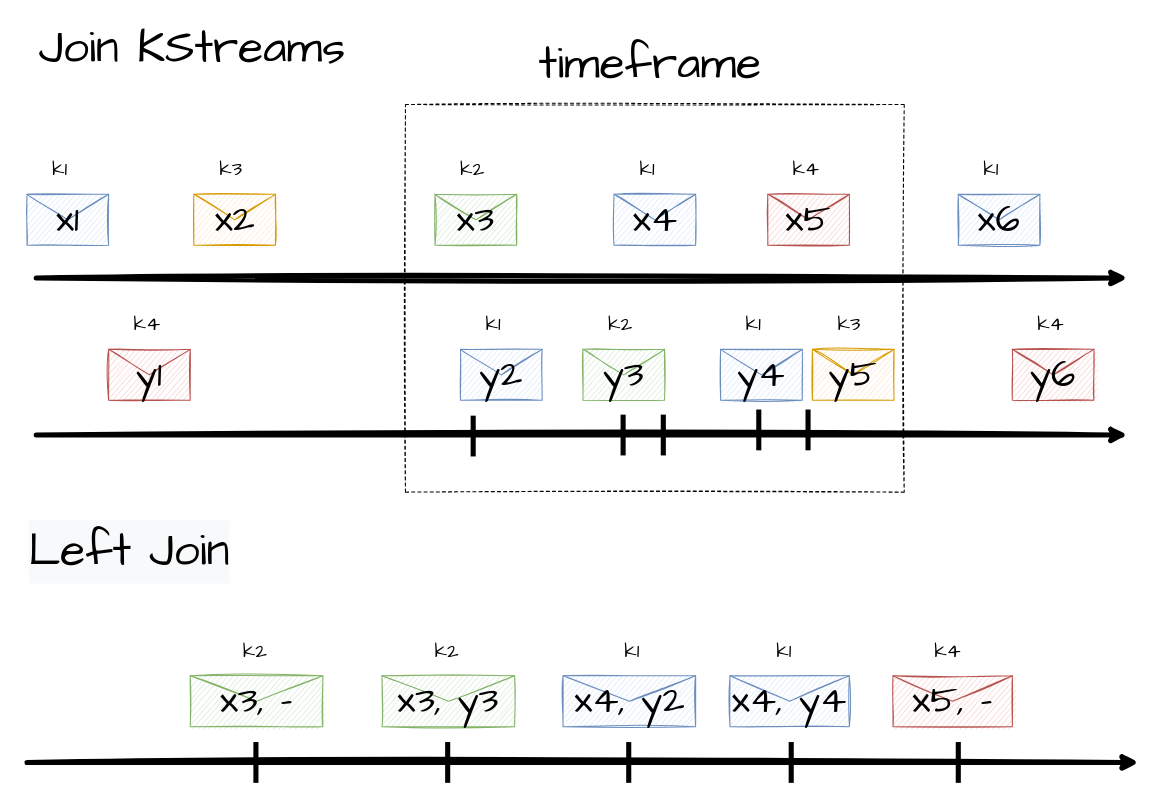
The draw.io diagram page "Page-7" (7 of 15) of Untitled Diagram.drawio in tamani-coding/kafka-streams-tutorial, before the edit. Source tidied: cells renumbered, new cells numbered last; positions are measured from the earlier drawing's top-left corner, leaving out a move shared by most shapes. Both pictures are drawn from the tidied source at 102%, with x=0, y=0 at pixel (27, 38).
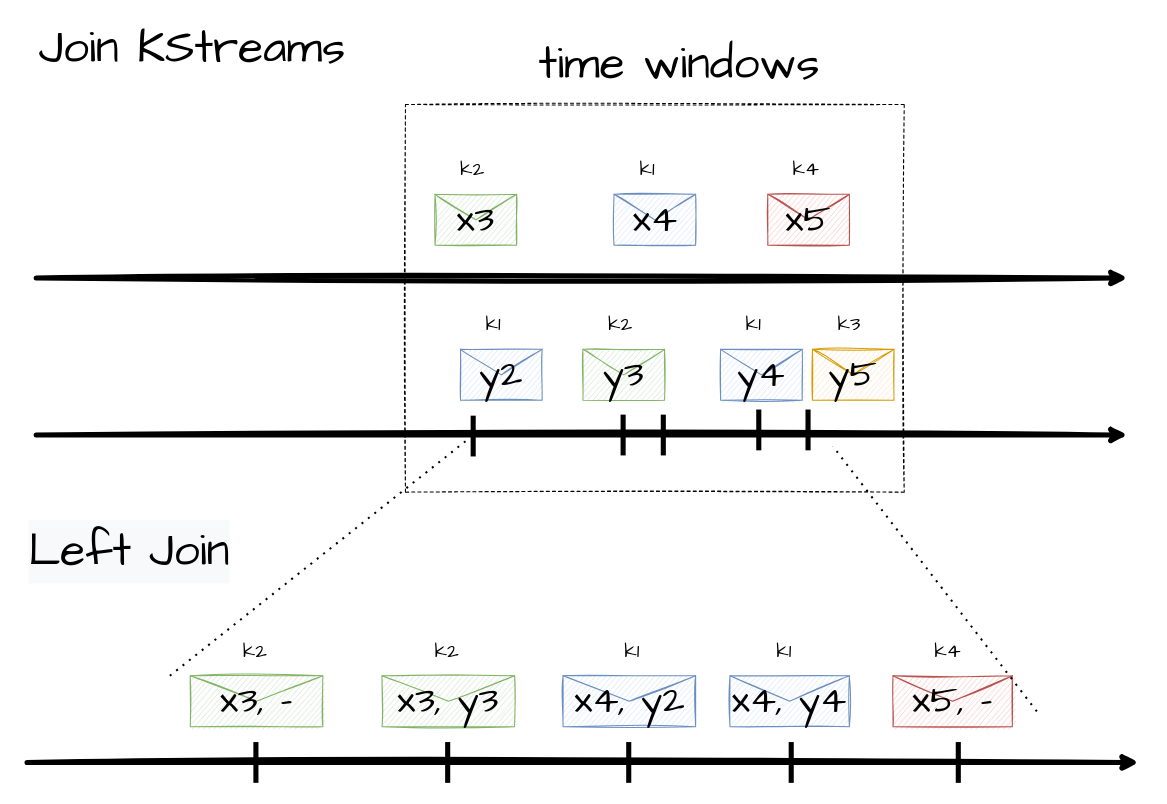
After the change.

Change to the diagram source:
```diff
@@
-    <mxCell id="5" value="&lt;font style=&quot;font-size: 38px&quot; face=&quot;Comic Sans MS&quot;&gt;x1&lt;/font&gt;" style="shape=message;html=1;whiteSpace=wrap;html=1;sketch=1;fillColor=#dae8fc;strokeColor=#6c8ebf;" parent="1" vertex="1">
-      <mxGeometry y="153" width="80" height="50" as="geometry" />
-    </mxCell>
-    <mxCell id="6" value="&lt;font style=&quot;font-size: 20px&quot; face=&quot;Comic Sans MS&quot;&gt;k1&lt;/font&gt;" style="text;html=1;strokeColor=none;fillColor=none;align=left;verticalAlign=middle;whiteSpace=wrap;rounded=0;sketch=1;fontSize=20;" parent="1" vertex="1">
-      <mxGeometry x="23" y="118" width="30" height="20" as="geometry" />
-    </mxCell>
@@
-    <mxCell id="12" value="&lt;font style=&quot;font-size: 45px&quot; face=&quot;Comic Sans MS&quot;&gt;timeframe&lt;/font&gt;" style="text;html=1;strokeColor=none;fillColor=none;align=left;verticalAlign=middle;whiteSpace=wrap;rounded=0;sketch=1;" parent="1" vertex="1">
-      <mxGeometry x="500" y="15" width="350" height="20" as="geometry" />
-    </mxCell>
@@
-    <mxCell id="14" value="&lt;font style=&quot;font-size: 38px&quot; face=&quot;Comic Sans MS&quot;&gt;x2&lt;/font&gt;" style="shape=message;html=1;whiteSpace=wrap;html=1;sketch=1;fillColor=#ffe6cc;strokeColor=#d79b00;" parent="1" vertex="1">
-      <mxGeometry x="163.5" y="153" width="80" height="50" as="geometry" />
-    </mxCell>
-    <mxCell id="15" value="&lt;font style=&quot;font-size: 20px&quot; face=&quot;Comic Sans MS&quot;&gt;k3&lt;/font&gt;" style="text;html=1;strokeColor=none;fillColor=none;align=left;verticalAlign=middle;whiteSpace=wrap;rounded=0;sketch=1;fontSize=20;" parent="1" vertex="1">
-      <mxGeometry x="186.5" y="118" width="30" height="20" as="geometry" />
-    </mxCell>
@@
-    <mxCell id="22" value="&lt;font style=&quot;font-size: 38px&quot; face=&quot;Comic Sans MS&quot;&gt;x6&lt;/font&gt;" style="shape=message;html=1;whiteSpace=wrap;html=1;sketch=1;fillColor=#dae8fc;strokeColor=#6c8ebf;" parent="1" vertex="1">
-      <mxGeometry x="913" y="153" width="80" height="50" as="geometry" />
-    </mxCell>
-    <mxCell id="23" value="&lt;font style=&quot;font-size: 20px&quot; face=&quot;Comic Sans MS&quot;&gt;k1&lt;/font&gt;" style="text;html=1;strokeColor=none;fillColor=none;align=left;verticalAlign=middle;whiteSpace=wrap;rounded=0;sketch=1;fontSize=20;" parent="1" vertex="1">
-      <mxGeometry x="936" y="118" width="30" height="20" as="geometry" />
-    </mxCell>
-    <mxCell id="24" value="&lt;font style=&quot;font-size: 38px&quot; face=&quot;Comic Sans MS&quot;&gt;y1&lt;/font&gt;" style="shape=message;html=1;whiteSpace=wrap;html=1;sketch=1;fillColor=#f8cecc;strokeColor=#b85450;" parent="1" vertex="1">
-      <mxGeometry x="80" y="305" width="80" height="50" as="geometry" />
-    </mxCell>
-    <mxCell id="25" value="&lt;font style=&quot;font-size: 20px&quot; face=&quot;Comic Sans MS&quot;&gt;k4&lt;/font&gt;" style="text;html=1;strokeColor=none;fillColor=none;align=left;verticalAlign=middle;whiteSpace=wrap;rounded=0;sketch=1;fontSize=20;" parent="1" vertex="1">
-      <mxGeometry x="103" y="270" width="30" height="20" as="geometry" />
-    </mxCell>
@@
-    <mxCell id="30" value="&lt;font style=&quot;font-size: 38px&quot; face=&quot;Comic Sans MS&quot;&gt;y6&lt;/font&gt;" style="shape=message;html=1;whiteSpace=wrap;html=1;sketch=1;fillColor=#f8cecc;strokeColor=#b85450;" parent="1" vertex="1">
-      <mxGeometry x="966" y="305" width="80" height="50" as="geometry" />
-    </mxCell>
-    <mxCell id="31" value="&lt;font style=&quot;font-size: 20px&quot; face=&quot;Comic Sans MS&quot;&gt;k4&lt;/font&gt;" style="text;html=1;strokeColor=none;fillColor=none;align=left;verticalAlign=middle;whiteSpace=wrap;rounded=0;sketch=1;fontSize=20;" parent="1" vertex="1">
-      <mxGeometry x="989" y="270" width="30" height="20" as="geometry" />
-    </mxCell>
@@
+    <mxCell id="53" style="endArrow=none;dashed=1;html=1;dashPattern=1 3;strokeWidth=2;" parent="1" edge="1">
+      <mxGeometry relative="1" as="geometry">
+        <mxPoint x="140" y="625" as="sourcePoint" />
+        <mxPoint x="430" y="395" as="targetPoint" />
+      </mxGeometry>
+    </mxCell>
+    <mxCell id="54" style="endArrow=none;dashed=1;html=1;dashPattern=1 3;strokeWidth=2;" parent="1" edge="1">
+      <mxGeometry relative="1" as="geometry">
+        <mxPoint x="990" y="660" as="sourcePoint" />
+        <mxPoint x="790" y="400" as="targetPoint" />
+      </mxGeometry>
+    </mxCell>
+    <mxCell id="55" value="&lt;font style=&quot;font-size: 45px&quot; face=&quot;Comic Sans MS&quot;&gt;time windows&lt;/font&gt;" style="text;html=1;strokeColor=none;fillColor=none;align=left;verticalAlign=middle;whiteSpace=wrap;rounded=0;sketch=1;" parent="1" vertex="1">
+      <mxGeometry x="500" y="15" width="350" height="20" as="geometry" />
+    </mxCell>
```
